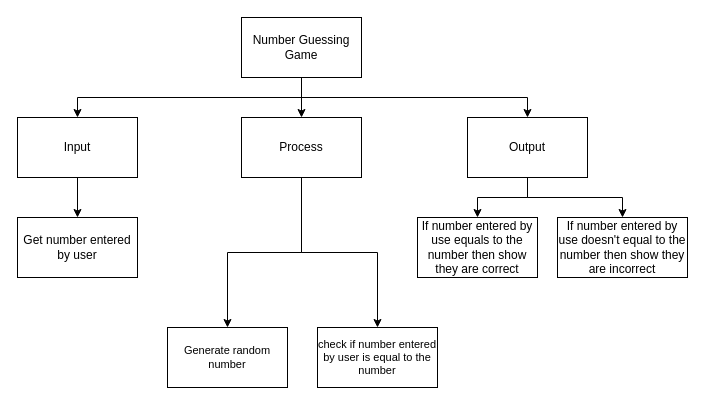
Before: design.drawio in michael-clermont1/ICS3U-Assignment-3-Python, a draw.io diagram. Source tidied: cells renumbered, new cells numbered last; positions are measured from the earlier drawing's top-left corner, leaving out a move shared by most shapes. Both pictures are drawn from the tidied source at 100%, with x=0, y=0 at pixel (17, 17).
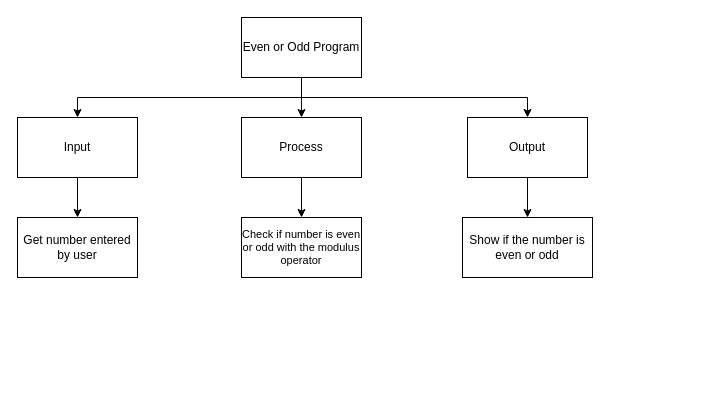
The same page after the edit.

The change refers to these unchanged cells:
```xml
<mxCell id="10" value="Process" style="rounded=0;whiteSpace=wrap;html=1;" parent="1" vertex="1">
  <mxGeometry x="224" y="100" width="120" height="60" as="geometry" />
</mxCell>
<mxCell id="13" value="Output" style="rounded=0;whiteSpace=wrap;html=1;" parent="1" vertex="1">
  <mxGeometry x="450" y="100" width="120" height="60" as="geometry" />
</mxCell>
```

The edit, as a diff of the source:
```diff
@@
-    <mxCell id="5" value="Number Guessing Game" style="rounded=0;whiteSpace=wrap;html=1;" parent="1" vertex="1">
+    <mxCell id="5" value="Even or Odd Program" style="rounded=0;whiteSpace=wrap;html=1;" parent="1" vertex="1">
       <mxGeometry x="224" width="120" height="60" as="geometry" />
     </mxCell>
@@
-    <mxCell id="8" style="edgeStyle=orthogonalEdgeStyle;html=1;entryX=0.5;entryY=0;entryDx=0;entryDy=0;rounded=0;" parent="1" edge="1" source="10" target="16">
-      <mxGeometry relative="1" as="geometry" />
-    </mxCell>
@@
-    <mxCell id="11" style="edgeStyle=orthogonalEdgeStyle;html=1;entryX=0.5;entryY=0;entryDx=0;entryDy=0;rounded=0;" parent="1" edge="1" source="13" target="15">
-      <mxGeometry relative="1" as="geometry" />
-    </mxCell>
@@
-    <mxCell id="15" value="If number entered by use equals to the number then show they are correct" style="rounded=0;whiteSpace=wrap;html=1;" parent="1" vertex="1">
-      <mxGeometry x="400" y="200" width="120" height="60" as="geometry" />
-    </mxCell>
-    <mxCell id="16" value="check if number entered by user is equal to the number" style="rounded=0;whiteSpace=wrap;html=1;fontFamily=Helvetica;fontSize=11;fontColor=default;" parent="1" vertex="1">
-      <mxGeometry x="300" y="310" width="120" height="60" as="geometry" />
-    </mxCell>
-    <mxCell id="17" value="If number entered by use doesn't equal to the number then show they are incorrect" style="rounded=0;whiteSpace=wrap;html=1;" parent="1" vertex="1">
-      <mxGeometry x="540" y="200" width="130" height="60" as="geometry" />
+    <mxCell id="17" value="Show if the number is even or odd" style="rounded=0;whiteSpace=wrap;html=1;" parent="1" vertex="1">
+      <mxGeometry x="445" y="200" width="130" height="60" as="geometry" />
     </mxCell>
-    <mxCell id="18" value="Generate random number" style="rounded=0;whiteSpace=wrap;html=1;fontFamily=Helvetica;fontSize=11;fontColor=default;" parent="1" vertex="1">
-      <mxGeometry x="150" y="310" width="120" height="60" as="geometry" />
+    <mxCell id="18" value="Check if number is even or odd with the modulus operator" style="rounded=0;whiteSpace=wrap;html=1;fontFamily=Helvetica;fontSize=11;fontColor=default;" parent="1" vertex="1">
+      <mxGeometry x="224" y="200" width="120" height="60" as="geometry" />
     </mxCell>
```
